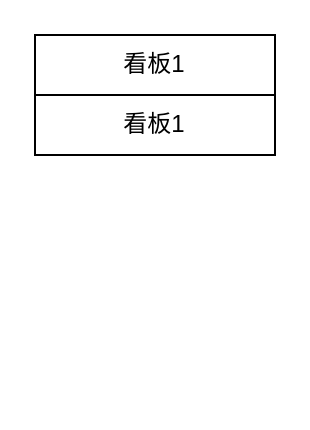
This is bi看板.drawio from yangbe/diagrams, a draw.io file, before an edit. Source tidied: cells renumbered, new cells numbered last; positions are measured from the earlier drawing's top-left corner, leaving out a move shared by most shapes. Both pictures are drawn from the tidied source at 200%, with x=0, y=0 at pixel (34, 34).
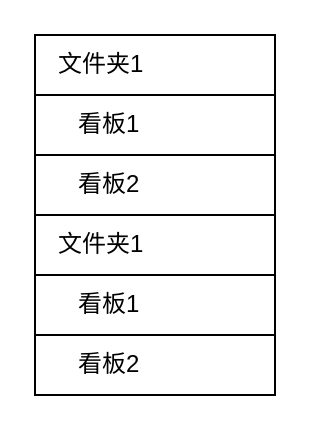
The same page after the edit.

The edit, as a diff of the source:
```diff
@@
 <mxGraphModel>
   <root>
     <mxCell id="0" />
     <mxCell id="1" parent="0" />
-    <mxCell id="2" value="看板1" style="rounded=0;whiteSpace=wrap;html=1;" parent="1" vertex="1">
+    <mxCell id="2" value="文件夹1" style="rounded=0;whiteSpace=wrap;html=1;align=left;spacingLeft=10;" parent="1" vertex="1">
       <mxGeometry width="120" height="30" as="geometry" />
     </mxCell>
-    <mxCell id="3" value="看板1" style="rounded=0;whiteSpace=wrap;html=1;" parent="1" vertex="1">
+    <mxCell id="3" value="看板1" style="rounded=0;whiteSpace=wrap;html=1;align=left;spacingLeft=20;" parent="1" vertex="1">
       <mxGeometry y="30" width="120" height="30" as="geometry" />
     </mxCell>
+    <mxCell id="4" value="看板2" style="rounded=0;whiteSpace=wrap;html=1;align=left;spacingLeft=20;" parent="1" vertex="1">
+      <mxGeometry y="60" width="120" height="30" as="geometry" />
+    </mxCell>
+    <mxCell id="5" value="文件夹1" style="rounded=0;whiteSpace=wrap;html=1;align=left;spacingLeft=10;" parent="1" vertex="1">
+      <mxGeometry y="90" width="120" height="30" as="geometry" />
+    </mxCell>
+    <mxCell id="6" value="看板1" style="rounded=0;whiteSpace=wrap;html=1;align=left;spacingLeft=20;" parent="1" vertex="1">
+      <mxGeometry y="120" width="120" height="30" as="geometry" />
+    </mxCell>
+    <mxCell id="7" value="看板2" style="rounded=0;whiteSpace=wrap;html=1;align=left;spacingLeft=20;" parent="1" vertex="1">
+      <mxGeometry y="150" width="120" height="30" as="geometry" />
+    </mxCell>
   </root>
 </mxGraphModel>
```
